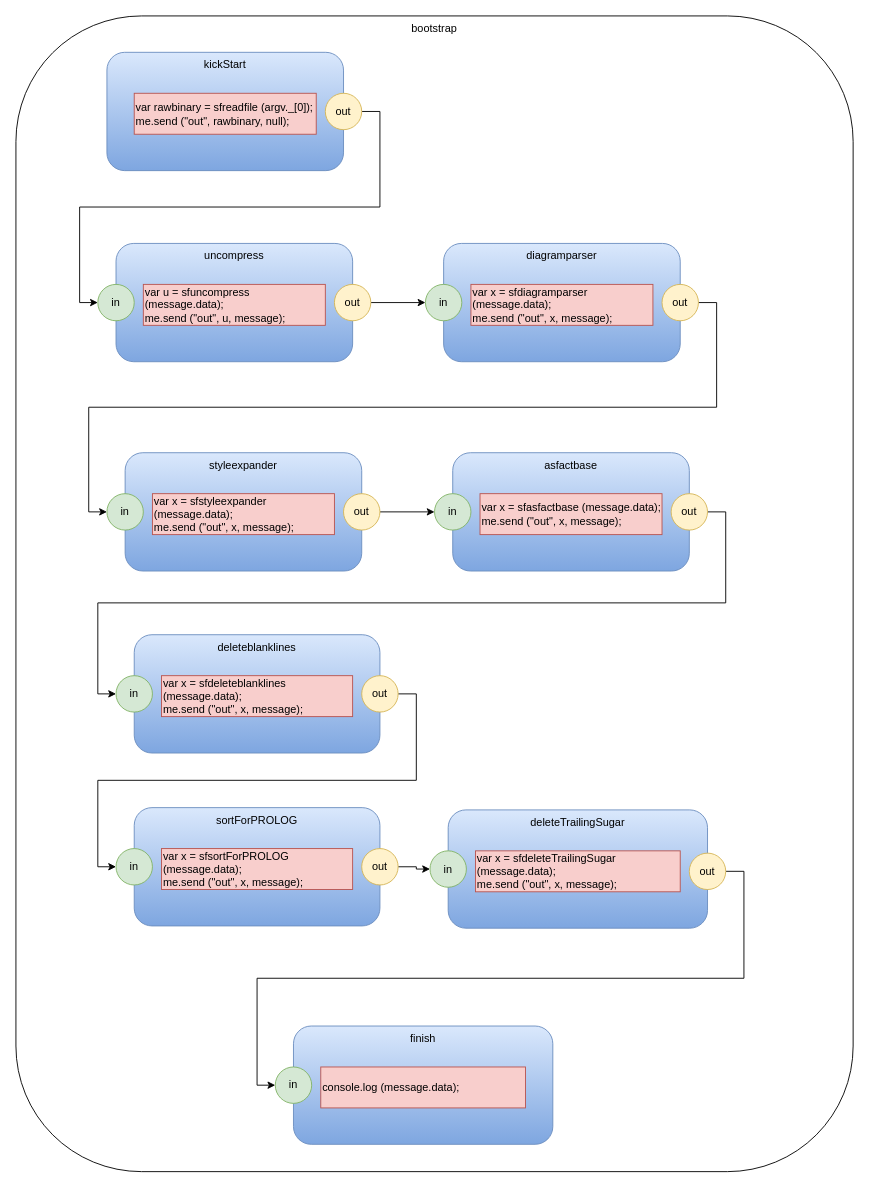
The draw.io diagram d2fb/d2f.drawio in guitarvydas/bootstrap, before the edit. Source tidied: cells renumbered, new cells numbered last; positions are measured from the earlier drawing's top-left corner, leaving out a move shared by most shapes. Both pictures are drawn from the tidied source at 91%, with x=0, y=0 at pixel (15, 15).
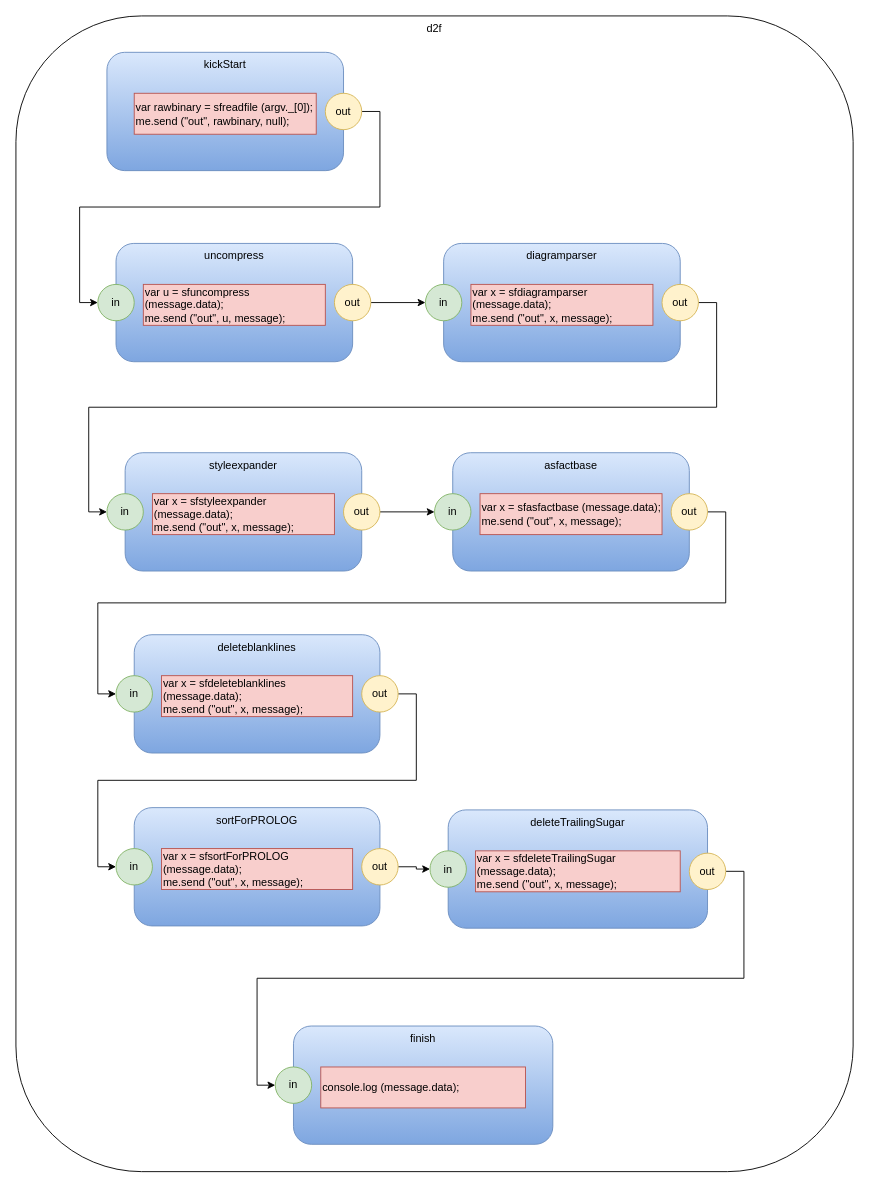
After the change.

What changed in the source:
```diff
@@
-    <mxCell id="2" value="bootstrap" style="rounded=1;whiteSpace=wrap;html=1;verticalAlign=top;" parent="1" vertex="1">
+    <mxCell id="2" value="d2f" style="rounded=1;whiteSpace=wrap;html=1;verticalAlign=top;" parent="1" vertex="1">
       <mxGeometry width="920" height="1270" as="geometry" />
     </mxCell>
```
